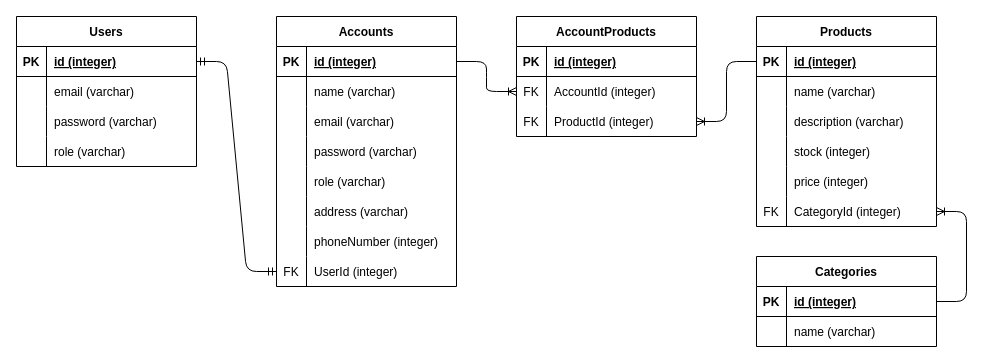
Before: ERD.drawio in Anandabsetiawan/PP-P1-Team2-HCK-73, a draw.io diagram. Source tidied: cells renumbered, new cells numbered last; positions are measured from the earlier drawing's top-left corner, leaving out a move shared by most shapes. Both pictures are drawn from the tidied source at 100%, with x=0, y=0 at pixel (16, 16).
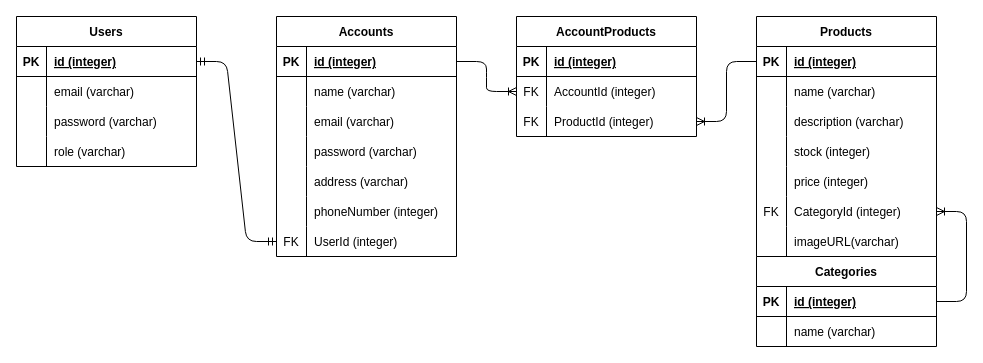
The same page after the edit.

Diff of the diagram source:
```diff
@@
     <mxCell id="15" value="Accounts" style="shape=table;startSize=30;childLayout=tableLayout;rowLines=0;fontStyle=1;align=center;" parent="1" vertex="1">
-      <mxGeometry x="260" width="180" height="270" as="geometry" />
+      <mxGeometry x="260" width="180" height="240" as="geometry" />
     </mxCell>
@@
-    <mxCell id="28" style="shape=tableRow;horizontal=0;startSize=0;swimlaneHead=0;swimlaneBody=0;fillColor=none;top=0;left=0;right=0;bottom=0;" parent="15" vertex="1">
-      <mxGeometry y="150" width="180" height="30" as="geometry" />
-    </mxCell>
-    <mxCell id="29" style="shape=partialRectangle;fillColor=none;top=0;left=0;bottom=0;right=0;overflow=hidden;" parent="28" vertex="1">
-      <mxGeometry width="30" height="30" as="geometry" />
-    </mxCell>
-    <mxCell id="30" value="role (varchar)" style="shape=partialRectangle;fillColor=none;top=0;left=0;bottom=0;right=0;align=left;spacingLeft=6;overflow=hidden;" parent="28" vertex="1">
-      <mxGeometry x="30" width="150" height="30" as="geometry" />
-    </mxCell>
     <mxCell id="31" style="shape=tableRow;horizontal=0;startSize=0;swimlaneHead=0;swimlaneBody=0;fillColor=none;top=0;left=0;right=0;bottom=0;" parent="15" vertex="1">
-      <mxGeometry y="180" width="180" height="30" as="geometry" />
+      <mxGeometry y="150" width="180" height="30" as="geometry" />
     </mxCell>
@@
     <mxCell id="34" style="shape=tableRow;horizontal=0;startSize=0;swimlaneHead=0;swimlaneBody=0;fillColor=none;top=0;left=0;right=0;bottom=0;" parent="15" vertex="1">
-      <mxGeometry y="210" width="180" height="30" as="geometry" />
+      <mxGeometry y="180" width="180" height="30" as="geometry" />
     </mxCell>
@@
     <mxCell id="37" style="shape=tableRow;horizontal=0;startSize=0;swimlaneHead=0;swimlaneBody=0;fillColor=none;points=[[0,0.5],[1,0.5]];portConstraint=eastwest;top=0;left=0;right=0;bottom=0;" parent="15" vertex="1">
-      <mxGeometry y="240" width="180" height="30" as="geometry" />
+      <mxGeometry y="210" width="180" height="30" as="geometry" />
     </mxCell>
@@
     <mxCell id="51" value="Products" style="shape=table;startSize=30;childLayout=tableLayout;rowLines=0;fontStyle=1;align=center;" parent="1" vertex="1">
-      <mxGeometry x="740" width="180" height="210" as="geometry" />
+      <mxGeometry x="740" width="180" height="240" as="geometry" />
     </mxCell>
@@
+    <mxCell id="80" style="shape=tableRow;horizontal=0;startSize=0;swimlaneHead=0;swimlaneBody=0;fillColor=none;top=0;left=0;right=0;bottom=0;" parent="51" vertex="1">
+      <mxGeometry y="210" width="180" height="30" as="geometry" />
+    </mxCell>
+    <mxCell id="29" style="shape=partialRectangle;fillColor=none;top=0;left=0;bottom=0;right=0;overflow=hidden;" parent="80" vertex="1">
+      <mxGeometry width="30" height="30" as="geometry" />
+    </mxCell>
+    <mxCell id="81" value="imageURL(varchar)" style="shape=partialRectangle;fillColor=none;top=0;left=0;bottom=0;right=0;align=left;spacingLeft=6;overflow=hidden;" parent="80" vertex="1">
+      <mxGeometry x="30" width="150" height="30" as="geometry" />
+    </mxCell>
```
